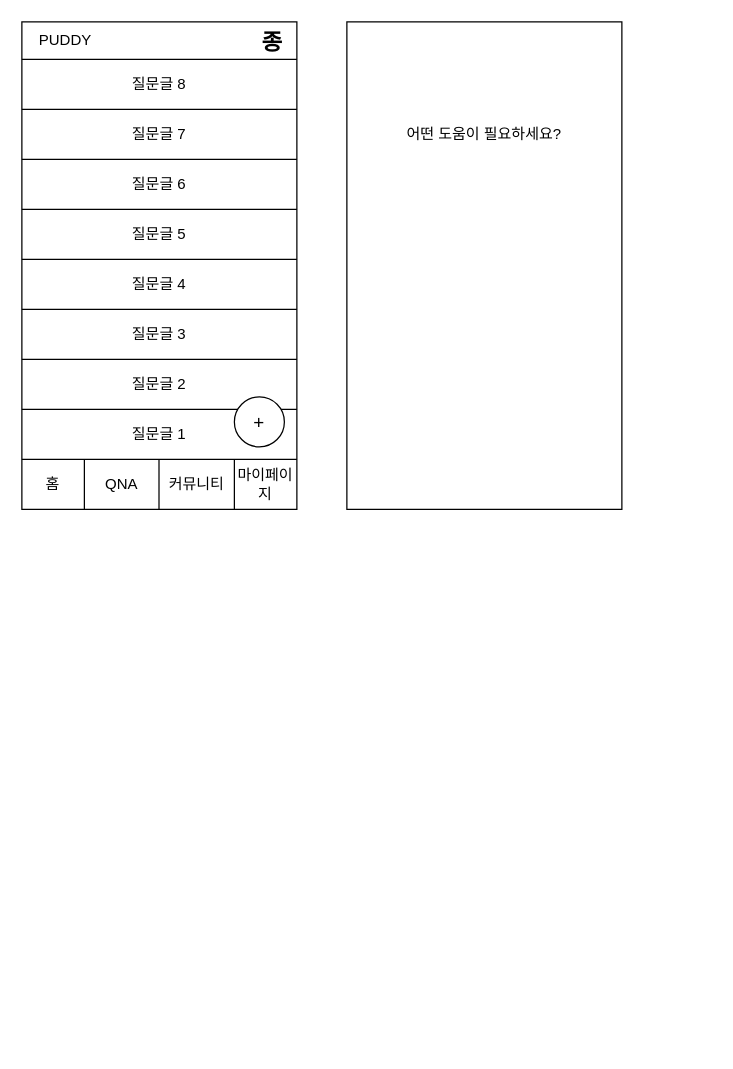
The draw.io diagram puddy.drawio in waveofmymind/waveofmymind, before the edit. Source tidied: cells renumbered, new cells numbered last; positions are measured from the earlier drawing's top-left corner, leaving out a move shared by most shapes. Both pictures are drawn from the tidied source at 125%, with x=0, y=0 at pixel (21, 21).
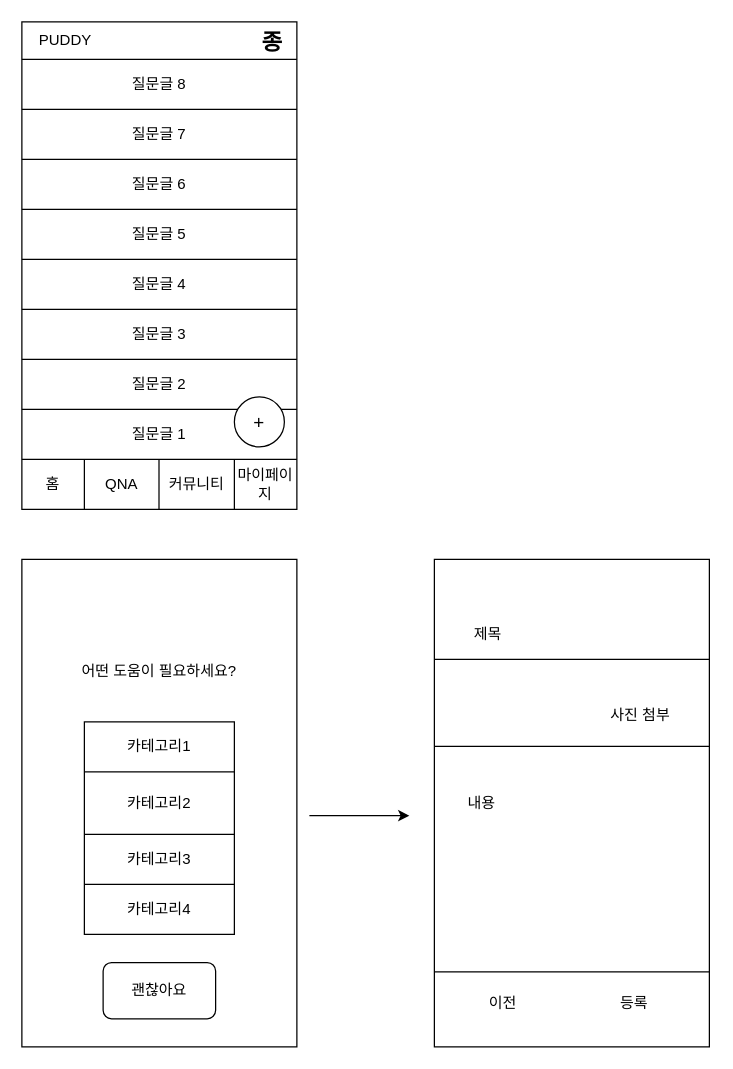
Above is the later version.

Change to the diagram source:
```diff
@@
     <mxCell id="30" style="rounded=0;whiteSpace=wrap;html=1;direction=south;" parent="1" vertex="1">
-      <mxGeometry x="260" width="220" height="390" as="geometry" />
+      <mxGeometry y="430" width="220" height="390" as="geometry" />
     </mxCell>
     <mxCell id="31" value="어떤 도움이 필요하세요?" style="text;html=1;strokeColor=none;fillColor=none;align=center;verticalAlign=middle;whiteSpace=wrap;rounded=0;" parent="1" vertex="1">
-      <mxGeometry x="275" y="70" width="190" height="40" as="geometry" />
+      <mxGeometry x="15" y="500" width="190" height="40" as="geometry" />
     </mxCell>
+    <mxCell id="32" style="rounded=0;whiteSpace=wrap;html=1;direction=south;" parent="1" vertex="1">
+      <mxGeometry x="50" y="560" width="120" height="170" as="geometry" />
+    </mxCell>
+    <mxCell id="33" style="endArrow=none;html=1;rounded=0;" parent="1" edge="1">
+      <mxGeometry relative="1" as="geometry">
+        <mxPoint x="50" y="600" as="sourcePoint" />
+        <mxPoint x="170" y="600" as="targetPoint" />
+      </mxGeometry>
+    </mxCell>
+    <mxCell id="34" style="endArrow=none;html=1;rounded=0;" parent="1" edge="1">
+      <mxGeometry relative="1" as="geometry">
+        <mxPoint x="50" y="650" as="sourcePoint" />
+        <mxPoint x="170" y="650" as="targetPoint" />
+      </mxGeometry>
+    </mxCell>
+    <mxCell id="35" style="endArrow=none;html=1;rounded=0;" parent="1" edge="1">
+      <mxGeometry relative="1" as="geometry">
+        <mxPoint x="50" y="690" as="sourcePoint" />
+        <mxPoint x="170" y="690" as="targetPoint" />
+      </mxGeometry>
+    </mxCell>
+    <mxCell id="36" value="카테고리1" style="text;html=1;strokeColor=none;fillColor=none;align=center;verticalAlign=middle;whiteSpace=wrap;rounded=0;" parent="1" vertex="1">
+      <mxGeometry x="50" y="560" width="120" height="40" as="geometry" />
+    </mxCell>
+    <mxCell id="37" value="카테고리3&lt;br&gt;" style="text;html=1;strokeColor=none;fillColor=none;align=center;verticalAlign=middle;whiteSpace=wrap;rounded=0;" parent="1" vertex="1">
+      <mxGeometry x="50" y="650" width="120" height="40" as="geometry" />
+    </mxCell>
+    <mxCell id="38" value="카테고리2" style="text;html=1;strokeColor=none;fillColor=none;align=center;verticalAlign=middle;whiteSpace=wrap;rounded=0;" parent="1" vertex="1">
+      <mxGeometry x="50" y="600" width="120" height="50" as="geometry" />
+    </mxCell>
+    <mxCell id="39" value="카테고리4" style="text;html=1;strokeColor=none;fillColor=none;align=center;verticalAlign=middle;whiteSpace=wrap;rounded=0;" parent="1" vertex="1">
+      <mxGeometry x="50" y="690" width="120" height="40" as="geometry" />
+    </mxCell>
+    <mxCell id="40" style="endArrow=classic;html=1;rounded=0;" parent="1" edge="1">
+      <mxGeometry relative="1" as="geometry">
+        <mxPoint x="230" y="635" as="sourcePoint" />
+        <mxPoint x="310" y="635" as="targetPoint" />
+      </mxGeometry>
+    </mxCell>
+    <mxCell id="41" style="rounded=0;whiteSpace=wrap;html=1;direction=south;" parent="1" vertex="1">
+      <mxGeometry x="330" y="430" width="220" height="390" as="geometry" />
+    </mxCell>
+    <mxCell id="42" value="제목" style="text;html=1;strokeColor=none;fillColor=none;align=left;verticalAlign=middle;whiteSpace=wrap;rounded=0;" parent="1" vertex="1">
+      <mxGeometry x="360" y="470" width="170" height="40" as="geometry" />
+    </mxCell>
+    <mxCell id="43" value="내용" style="text;html=1;strokeColor=none;fillColor=none;align=left;verticalAlign=middle;whiteSpace=wrap;rounded=0;" parent="1" vertex="1">
+      <mxGeometry x="355" y="520" width="170" height="210" as="geometry" />
+    </mxCell>
+    <mxCell id="44" value="사진 첨부" style="text;html=1;strokeColor=none;fillColor=none;align=center;verticalAlign=middle;whiteSpace=wrap;rounded=0;" parent="1" vertex="1">
+      <mxGeometry x="465" y="540" width="60" height="30" as="geometry" />
+    </mxCell>
+    <mxCell id="45" value="등록" style="text;html=1;strokeColor=none;fillColor=none;align=center;verticalAlign=middle;whiteSpace=wrap;rounded=0;" parent="1" vertex="1">
+      <mxGeometry x="460" y="770" width="60" height="30" as="geometry" />
+    </mxCell>
+    <mxCell id="46" value="이전" style="text;html=1;strokeColor=none;fillColor=none;align=center;verticalAlign=middle;whiteSpace=wrap;rounded=0;" parent="1" vertex="1">
+      <mxGeometry x="355" y="770" width="60" height="30" as="geometry" />
+    </mxCell>
+    <mxCell id="47" style="endArrow=none;html=1;rounded=0;" parent="1" edge="1">
+      <mxGeometry relative="1" as="geometry">
+        <mxPoint x="330" y="510" as="sourcePoint" />
+        <mxPoint x="550" y="510" as="targetPoint" />
+      </mxGeometry>
+    </mxCell>
+    <mxCell id="48" style="endArrow=none;html=1;rounded=0;" parent="1" edge="1">
+      <mxGeometry relative="1" as="geometry">
+        <mxPoint x="330" y="579.5" as="sourcePoint" />
+        <mxPoint x="550" y="579.5" as="targetPoint" />
+      </mxGeometry>
+    </mxCell>
+    <mxCell id="49" style="endArrow=none;html=1;rounded=0;" parent="1" edge="1">
+      <mxGeometry relative="1" as="geometry">
+        <mxPoint x="330" y="760" as="sourcePoint" />
+        <mxPoint x="550" y="760" as="targetPoint" />
+      </mxGeometry>
+    </mxCell>
+    <mxCell id="50" style="rounded=1;whiteSpace=wrap;html=1;" parent="1" vertex="1">
+      <mxGeometry x="65" y="752.5" width="90" height="45" as="geometry" />
+    </mxCell>
+    <mxCell id="51" value="괜찮아요" style="text;html=1;strokeColor=none;fillColor=none;align=center;verticalAlign=middle;whiteSpace=wrap;rounded=0;" parent="1" vertex="1">
+      <mxGeometry x="80" y="760" width="60" height="30" as="geometry" />
+    </mxCell>
```
